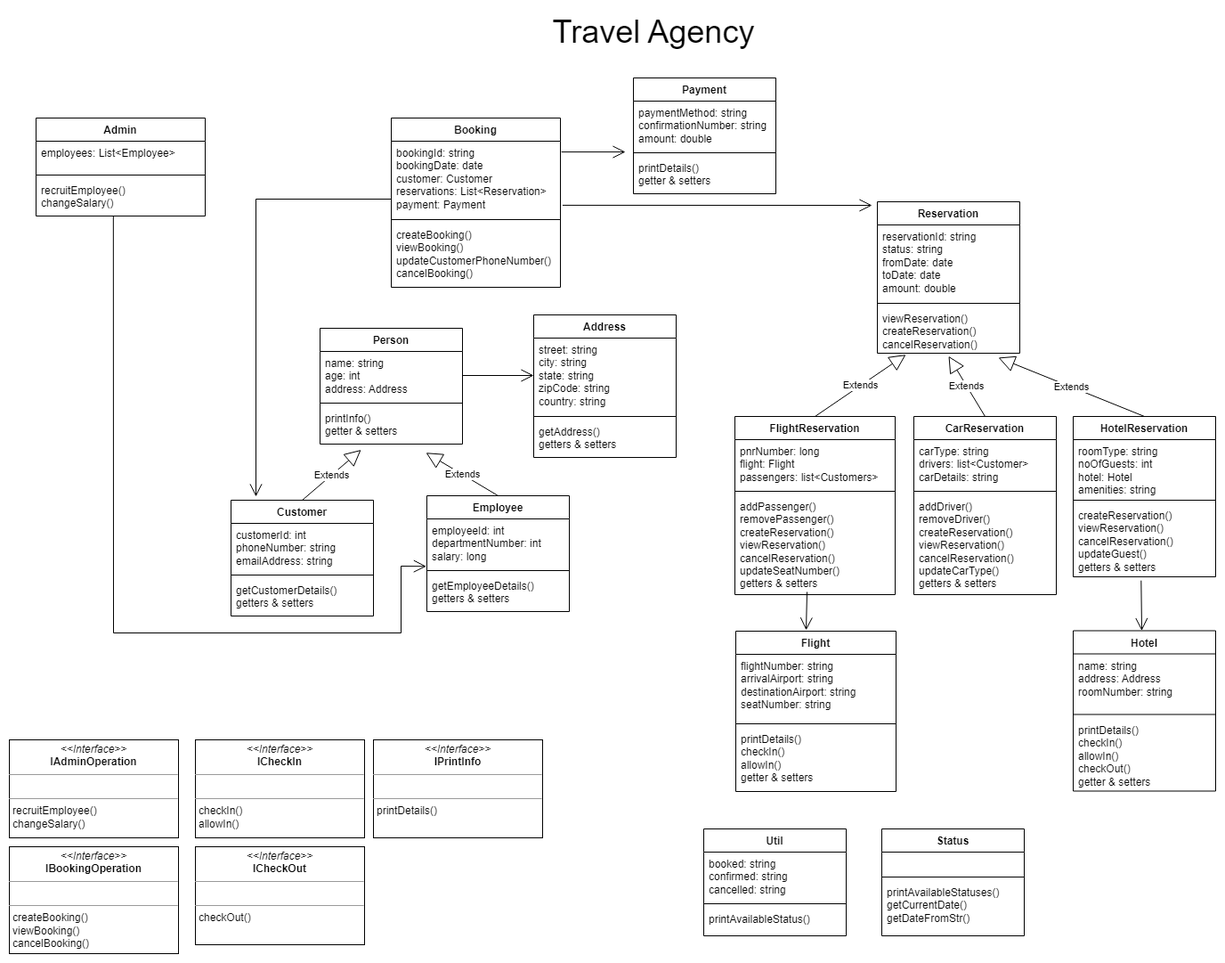
saranyag-solvd/Task-2-HW keeps this draw.io diagram as TravelAgency.drawio.png. Above is the earlier version. Source tidied: cells renumbered, new cells last; positions are measured from the earlier drawing's top-left corner, leaving out a move shared by most shapes.
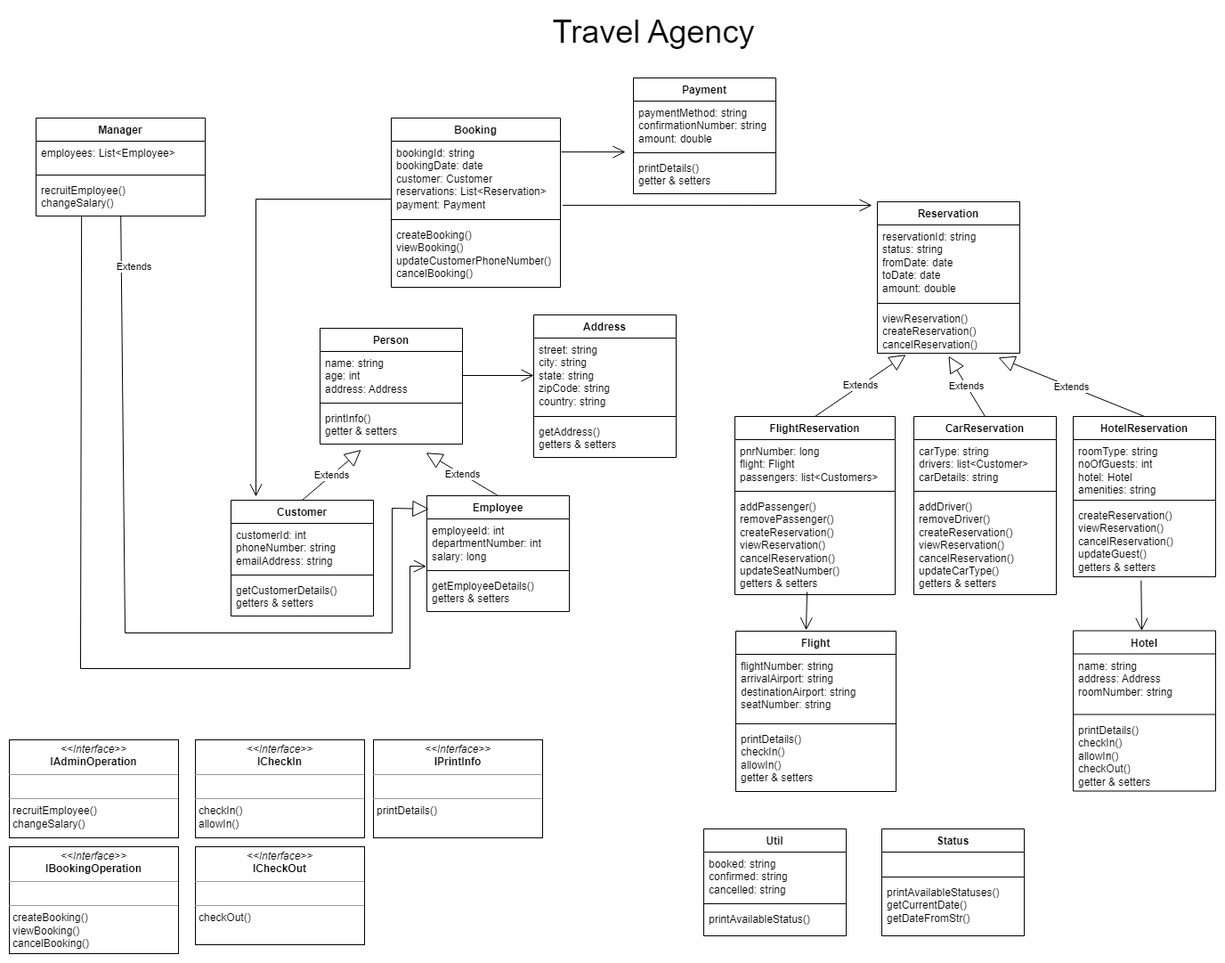
The same file after the commit.

Diff of the diagram source:
```diff
@@ -217,7 +217,7 @@
     <mxCell id="69" value="printAvailableStatuses()&lt;br&gt;getCurrentDate()&lt;br&gt;getDateFromStr()" style="text;strokeColor=none;fillColor=none;align=left;verticalAlign=top;spacingLeft=4;spacingRight=4;overflow=hidden;whiteSpace=wrap;html=1;" parent="66" vertex="1">
       <mxGeometry y="58" width="160" height="62" as="geometry" />
     </mxCell>
-    <mxCell id="70" value="Admin" style="swimlane;fontStyle=1;align=center;verticalAlign=top;horizontal=1;startSize=26;whiteSpace=wrap;html=1;" parent="1" vertex="1">
+    <mxCell id="70" value="Manager" style="swimlane;fontStyle=1;align=center;verticalAlign=top;horizontal=1;startSize=26;whiteSpace=wrap;html=1;" parent="1" vertex="1">
       <mxGeometry x="30" y="122" width="190" height="110" as="geometry" />
     </mxCell>
     <mxCell id="71" value="employees: List&amp;lt;Employee&amp;gt;&lt;br&gt;" style="text;strokeColor=none;fillColor=none;align=left;verticalAlign=top;spacingLeft=4;spacingRight=4;overflow=hidden;whiteSpace=wrap;html=1;" parent="70" vertex="1">
@@ -229,12 +229,12 @@
     <mxCell id="73" value="recruitEmployee()&lt;br&gt;changeSalary()" style="text;strokeColor=none;fillColor=none;align=left;verticalAlign=top;spacingLeft=4;spacingRight=4;overflow=hidden;points=[[0,0.5],[1,0.5]];portConstraint=eastwest;whiteSpace=wrap;html=1;" parent="70" vertex="1">
       <mxGeometry y="68" width="190" height="42" as="geometry" />
     </mxCell>
-    <mxCell id="74" style="endArrow=open;endFill=1;endSize=12;html=1;rounded=0;entryX=-0.004;entryY=-0.208;entryDx=0;entryDy=0;entryPerimeter=0;exitX=0.457;exitY=1.012;exitDx=0;exitDy=0;exitPerimeter=0;" parent="1" edge="1" source="73" target="13">
+    <mxCell id="74" style="endArrow=open;endFill=1;endSize=12;html=1;rounded=0;entryX=-0.004;entryY=-0.208;entryDx=0;entryDy=0;entryPerimeter=0;exitX=0.269;exitY=0.998;exitDx=0;exitDy=0;exitPerimeter=0;" parent="1" edge="1" source="73" target="13">
       <mxGeometry relative="1" as="geometry">
         <Array as="points">
-          <mxPoint x="117" y="700" />
-          <mxPoint x="440" y="700" />
-          <mxPoint x="440" y="625" />
+          <mxPoint x="80" y="740" />
+          <mxPoint x="450" y="740" />
+          <mxPoint x="450" y="625" />
         </Array>
       </mxGeometry>
     </mxCell>
@@ -253,5 +253,14 @@
     <mxCell id="79" value="&lt;p style=&quot;margin:0px;margin-top:4px;text-align:center;&quot;&gt;&lt;i&gt;&amp;lt;&amp;lt;Interface&amp;gt;&amp;gt;&lt;/i&gt;&lt;br&gt;&lt;b&gt;IPrintInfo&lt;/b&gt;&lt;/p&gt;&lt;hr size=&quot;1&quot;&gt;&lt;p style=&quot;margin:0px;margin-left:4px;&quot;&gt;&lt;br&gt;&lt;/p&gt;&lt;hr size=&quot;1&quot;&gt;&lt;p style=&quot;margin:0px;margin-left:4px;&quot;&gt;printDetails()&lt;/p&gt;" style="verticalAlign=top;align=left;overflow=fill;fontSize=12;fontFamily=Helvetica;html=1;whiteSpace=wrap;" parent="1" vertex="1">
       <mxGeometry x="409" y="820" width="190" height="110" as="geometry" />
     </mxCell>
+    <mxCell id="80" value="Extends" style="endArrow=block;endSize=16;endFill=0;html=1;rounded=0;entryX=0.015;entryY=0.115;entryDx=0;entryDy=0;entryPerimeter=0;" parent="1" edge="1" source="73" target="10">
+      <mxGeometry x="-0.88" y="14" relative="1" as="geometry">
+        <Array as="points">
+          <mxPoint x="130" y="700" />
+          <mxPoint x="430" y="700" />
+          <mxPoint x="430" y="560" />
+        </Array>
+      </mxGeometry>
+    </mxCell>
   </root>
 </mxGraphModel>
```
